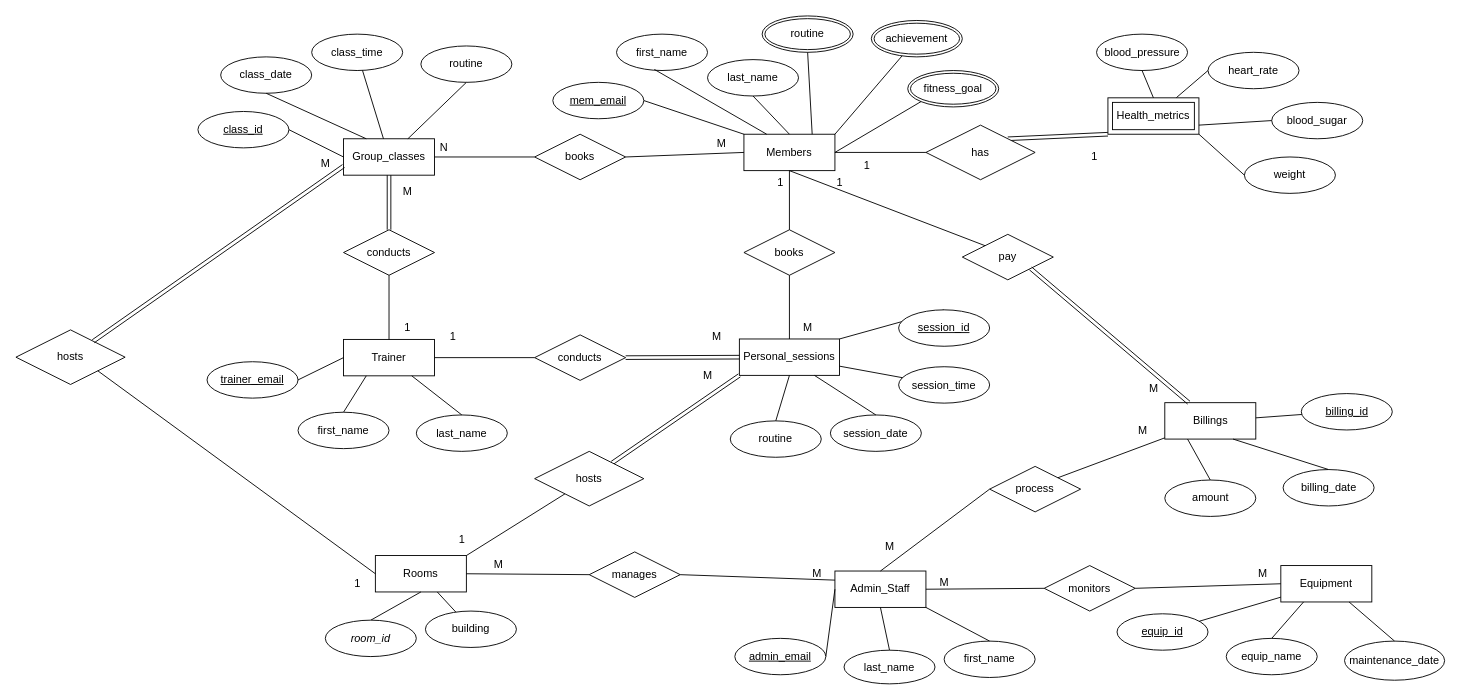
Areej504/UrHealthApp keeps this draw.io diagram as design_diagrams/ER_Model.drawio. Above is the earlier version. Source tidied: cells renumbered, new cells numbered last; positions are measured from the earlier drawing's top-left corner, leaving out a move shared by most shapes. Both pictures are drawn from the tidied source at 91%, with x=0, y=0 at pixel (15, 15).
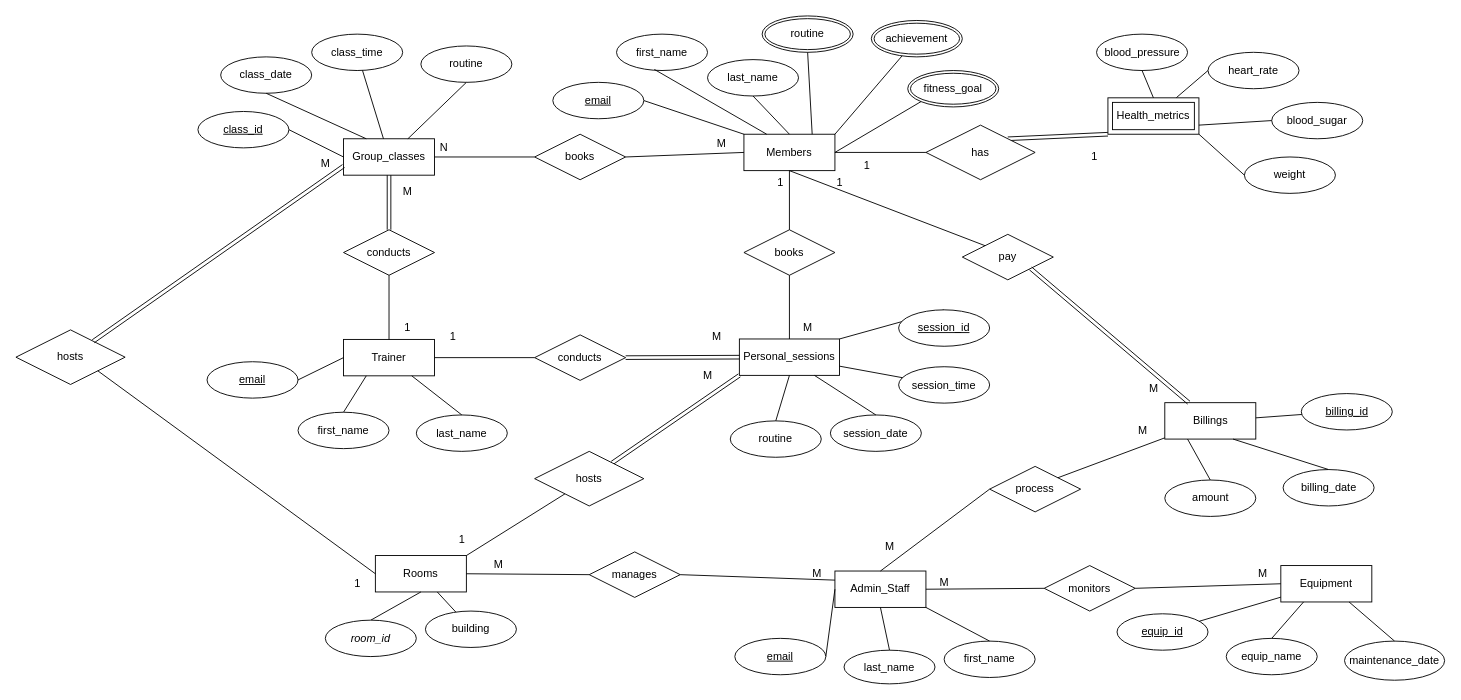
The same page after the edit.

The edit, as a diff of the source:
```diff
@@
-    <mxCell id="10" value="&lt;u&gt;mem_email&lt;/u&gt;" style="ellipse;whiteSpace=wrap;html=1;align=center;" parent="1" vertex="1">
+    <mxCell id="10" value="&lt;u&gt;email&lt;/u&gt;" style="ellipse;whiteSpace=wrap;html=1;align=center;" parent="1" vertex="1">
       <mxGeometry x="590" y="73" width="100" height="40" as="geometry" />
     </mxCell>
@@
-    <mxCell id="20" value="&lt;u&gt;trainer_email&lt;/u&gt;" style="ellipse;whiteSpace=wrap;html=1;align=center;" parent="1" vertex="1">
+    <mxCell id="20" value="&lt;u&gt;email&lt;/u&gt;" style="ellipse;whiteSpace=wrap;html=1;align=center;" parent="1" vertex="1">
       <mxGeometry x="210" y="380" width="100" height="40" as="geometry" />
     </mxCell>
@@
-    <mxCell id="26" value="&lt;u&gt;admin_email&lt;/u&gt;" style="ellipse;whiteSpace=wrap;html=1;align=center;" parent="1" vertex="1">
+    <mxCell id="26" value="&lt;u&gt;email&lt;/u&gt;" style="ellipse;whiteSpace=wrap;html=1;align=center;" parent="1" vertex="1">
       <mxGeometry x="790" y="684" width="100" height="40" as="geometry" />
     </mxCell>
```
